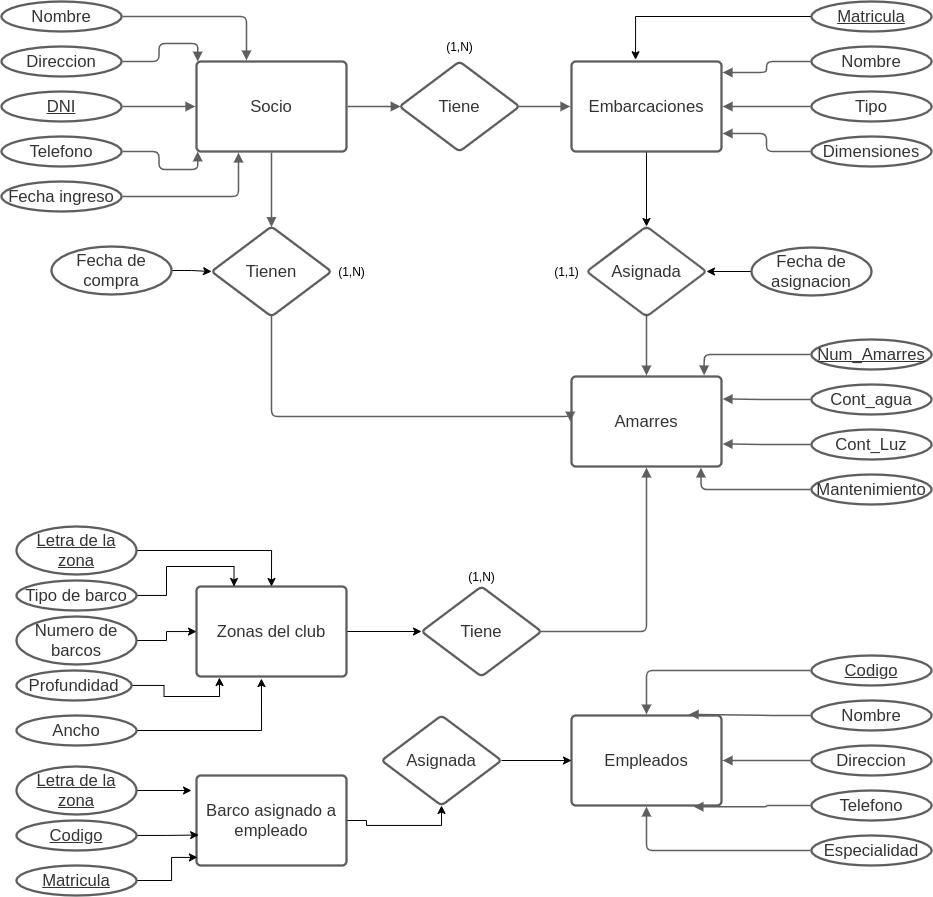
Before: Untitled Diagram.drawio.png, a diagram exported from draw.io (alejito10/curso). Source tidied: cells renumbered, new cells last; positions are measured from the earlier drawing's top-left corner, leaving out a move shared by most shapes.
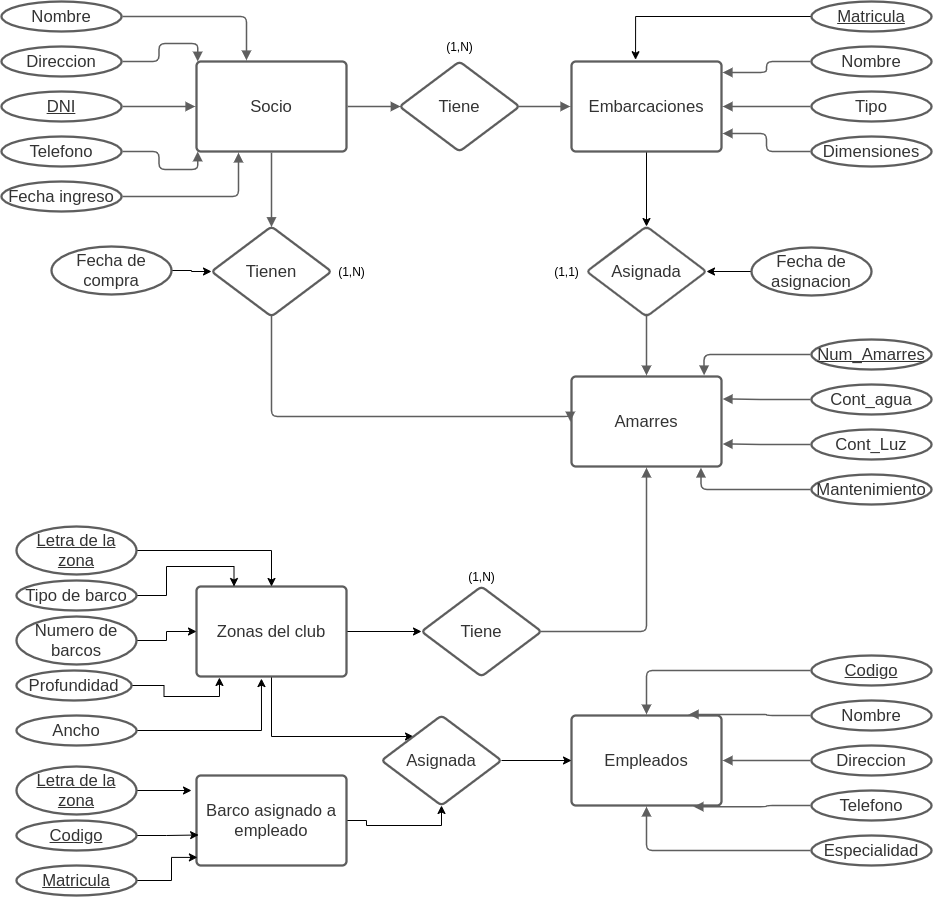
The same file after the commit.

The edit, as a diff of the source:
```diff
@@ -47,6 +47,13 @@
     <mxCell id="16" style="edgeStyle=orthogonalEdgeStyle;rounded=0;jettySize=auto;html=1;" parent="1" edge="1" source="17" target="67">
       <mxGeometry relative="1" as="geometry" />
     </mxCell>
+    <mxCell id="83" style="edgeStyle=orthogonalEdgeStyle;rounded=0;jettySize=auto;html=1;" parent="1" edge="1" source="17" target="82">
+      <mxGeometry relative="1" as="geometry">
+        <Array as="points">
+          <mxPoint x="270" y="735" />
+        </Array>
+      </mxGeometry>
+    </mxCell>
     <mxCell id="17" value="Zonas del club" style="html=1;overflow=block;blockSpacing=1;whiteSpace=wrap;fontSize=16.7;fontColor=#333333;align=center;spacing=3.8;strokeColor=#5e5e5e;strokeOpacity=100;rounded=1;absoluteArcSize=1;arcSize=9;strokeWidth=2.3;" parent="1" vertex="1">
       <mxGeometry x="195" y="585" width="150" height="90" as="geometry" />
     </mxCell>
```
